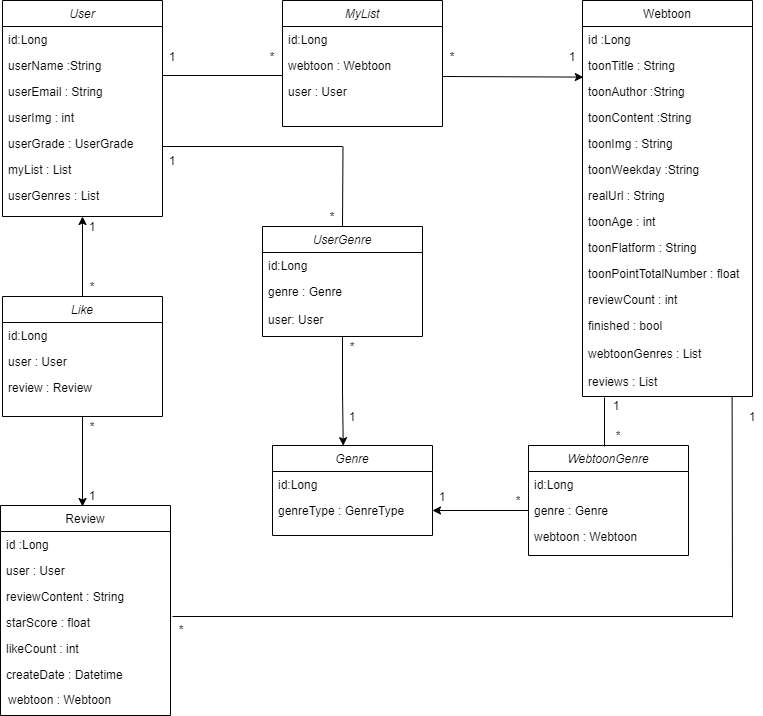
Earlier version of the draw.io export webtooniverse Diagram.png (yeonnwoo/Webtooni_server). Source tidied: cells renumbered, new cells last; positions are measured from the earlier drawing's top-left corner, leaving out a move shared by most shapes.
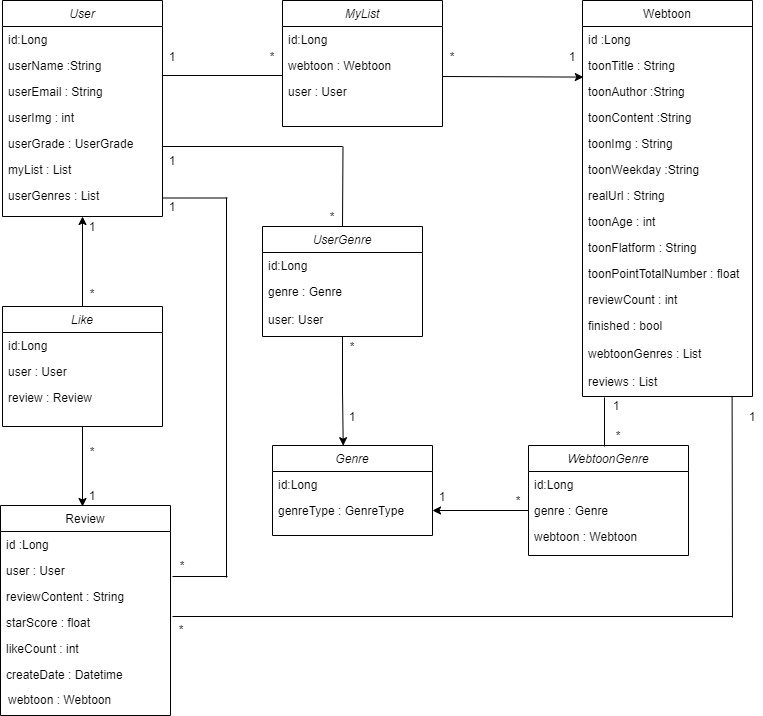
Later version of the same file.

Change to the diagram source:
```diff
@@ -120,7 +120,7 @@
       <mxGeometry x="82" y="216" width="20" height="20" as="geometry" />
     </mxCell>
     <mxCell id="41" value="*" style="text;html=1;strokeColor=none;fillColor=none;align=center;verticalAlign=middle;whiteSpace=wrap;rounded=0;" parent="1" vertex="1">
-      <mxGeometry x="82" y="276" width="20" height="20" as="geometry" />
+      <mxGeometry x="82" y="283" width="20" height="20" as="geometry" />
     </mxCell>
     <mxCell id="42" style="edgeStyle=orthogonalEdgeStyle;rounded=0;jettySize=auto;html=1;exitX=0.5;exitY=0;exitDx=0;exitDy=0;entryX=0.5;entryY=1;entryDx=0;entryDy=0;" parent="1" edge="1" source="44" target="2">
       <mxGeometry relative="1" as="geometry" />
@@ -131,7 +131,7 @@
       </mxGeometry>
     </mxCell>
     <mxCell id="44" value="Like" style="swimlane;fontStyle=2;align=center;verticalAlign=top;horizontal=1;startSize=26;rounded=0;shadow=0;strokeWidth=1;" parent="1" vertex="1">
-      <mxGeometry x="2" y="296" width="160" height="120" as="geometry" />
+      <mxGeometry x="2" y="306" width="160" height="120" as="geometry" />
     </mxCell>
     <mxCell id="45" value="id:Long" style="text;align=left;verticalAlign=top;spacingLeft=4;spacingRight=4;overflow=hidden;" parent="44" vertex="1">
       <mxGeometry y="26" width="160" height="26" as="geometry" />
@@ -143,7 +143,7 @@
       <mxGeometry y="78" width="160" height="26" as="geometry" />
     </mxCell>
     <mxCell id="48" value="*" style="text;html=1;strokeColor=none;fillColor=none;align=center;verticalAlign=middle;whiteSpace=wrap;rounded=0;" parent="1" vertex="1">
-      <mxGeometry x="82" y="416" width="20" height="20" as="geometry" />
+      <mxGeometry x="82" y="441" width="20" height="20" as="geometry" />
     </mxCell>
     <mxCell id="49" value="1" style="text;html=1;strokeColor=none;fillColor=none;align=center;verticalAlign=middle;whiteSpace=wrap;rounded=0;" parent="1" vertex="1">
       <mxGeometry x="82" y="485" width="20" height="20" as="geometry" />
@@ -260,5 +260,29 @@
         <mxPoint x="604" y="397" as="targetPoint" />
       </mxGeometry>
     </mxCell>
+    <mxCell id="81" style="endArrow=none;html=1;" parent="1" edge="1">
+      <mxGeometry relative="1" as="geometry">
+        <mxPoint x="162" y="197.5" as="sourcePoint" />
+        <mxPoint x="227" y="197.5" as="targetPoint" />
+      </mxGeometry>
+    </mxCell>
+    <mxCell id="82" style="endArrow=none;html=1;" parent="1" edge="1">
+      <mxGeometry relative="1" as="geometry">
+        <mxPoint x="226" y="577" as="sourcePoint" />
+        <mxPoint x="226" y="197" as="targetPoint" />
+      </mxGeometry>
+    </mxCell>
+    <mxCell id="83" style="endArrow=none;html=1;" parent="1" edge="1">
+      <mxGeometry relative="1" as="geometry">
+        <mxPoint x="172" y="576" as="sourcePoint" />
+        <mxPoint x="227" y="576" as="targetPoint" />
+      </mxGeometry>
+    </mxCell>
+    <mxCell id="84" value="1" style="text;html=1;strokeColor=none;fillColor=none;align=center;verticalAlign=middle;whiteSpace=wrap;rounded=0;" parent="1" vertex="1">
+      <mxGeometry x="162" y="196" width="20" height="20" as="geometry" />
+    </mxCell>
+    <mxCell id="85" value="*" style="text;html=1;strokeColor=none;fillColor=none;align=center;verticalAlign=middle;whiteSpace=wrap;rounded=0;" parent="1" vertex="1">
+      <mxGeometry x="172" y="555" width="20" height="20" as="geometry" />
+    </mxCell>
   </root>
 </mxGraphModel>
```
